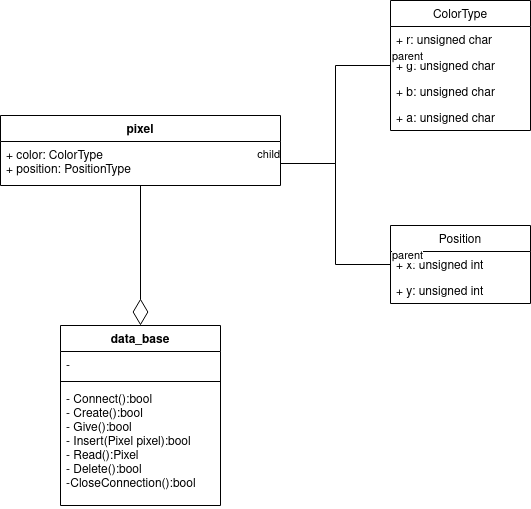
Before: UML/DataBaseUML.drawio.png, a diagram exported from draw.io (sonichka-s/Life-On-Canvas). Source tidied: cells renumbered, new cells last; positions are measured from the earlier drawing's top-left corner, leaving out a move shared by most shapes.
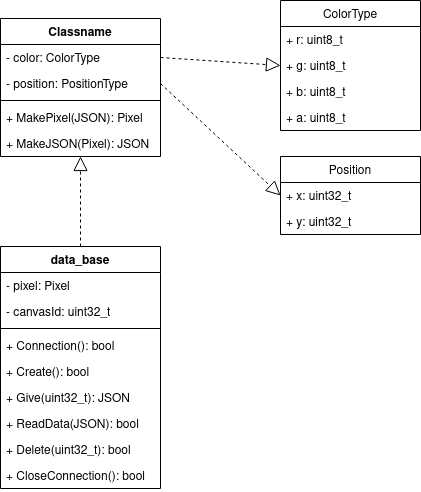
Above is the later version.

The edit, as a diff of the source:
```diff
@@ -1,69 +1,87 @@
-<mxGraphModel background="#FFFFFF">
+<mxGraphModel background="#ffffff">
   <root>
     <mxCell id="0" />
     <mxCell id="1" parent="0" />
     <mxCell id="2" value="data_base" style="swimlane;fontStyle=1;align=center;verticalAlign=top;horizontal=1;startSize=26;labelBackgroundColor=default;" parent="1" vertex="1">
-      <mxGeometry x="60" y="325" width="160" height="180" as="geometry" />
+      <mxGeometry x="100" y="210" width="160" height="242" as="geometry" />
     </mxCell>
-    <mxCell id="3" value="- " style="text;strokeColor=none;fillColor=none;align=left;verticalAlign=top;spacingLeft=4;spacingRight=4;overflow=hidden;labelBackgroundColor=default;" parent="2" vertex="1">
+    <mxCell id="3" value="- pixel: Pixel" style="text;strokeColor=none;fillColor=none;align=left;verticalAlign=top;spacingLeft=4;spacingRight=4;overflow=hidden;labelBackgroundColor=default;" parent="2" vertex="1">
       <mxGeometry y="26" width="160" height="26" as="geometry" />
     </mxCell>
+    <mxCell id="23" value="- canvasId: uint32_t" style="text;strokeColor=none;fillColor=none;align=left;verticalAlign=top;spacingLeft=4;spacingRight=4;overflow=hidden;labelBackgroundColor=default;" parent="2" vertex="1">
+      <mxGeometry y="52" width="160" height="26" as="geometry" />
+    </mxCell>
     <mxCell id="4" style="line;strokeWidth=1;fillColor=none;align=left;verticalAlign=middle;spacingTop=-1;spacingLeft=3;spacingRight=3;labelPosition=right;labelBackgroundColor=default;" parent="2" vertex="1">
-      <mxGeometry y="52" width="160" height="8" as="geometry" />
+      <mxGeometry y="78" width="160" height="8" as="geometry" />
     </mxCell>
-    <mxCell id="5" value="- Connect():bool&#10;- Create():bool&#10;- Give():bool&#10;- Insert(Pixel pixel):bool&#10;- Read():Pixel&#10;- Delete():bool&#10;-CloseConnection():bool&#10;" style="text;strokeColor=none;fillColor=none;align=left;verticalAlign=top;spacingLeft=4;spacingRight=4;overflow=hidden;labelBackgroundColor=default;" parent="2" vertex="1">
-      <mxGeometry y="60" width="160" height="120" as="geometry" />
-    </mxCell>
-    <mxCell id="6" value="pixel" style="swimlane;fontStyle=1;align=center;verticalAlign=top;horizontal=1;startSize=26;labelBackgroundColor=default;" parent="1" vertex="1">
-      <mxGeometry y="115" width="280" height="70" as="geometry" />
-    </mxCell>
-    <mxCell id="7" value="+ color: ColorType&#10;+ position: PositionType" style="text;strokeColor=none;fillColor=none;align=left;verticalAlign=top;spacingLeft=4;spacingRight=4;overflow=hidden;points=[[0,0.5],[1,0.5]];portConstraint=eastwest;labelBackgroundColor=default;" parent="6" vertex="1">
-      <mxGeometry y="26" width="280" height="44" as="geometry" />
-    </mxCell>
+    <mxCell id="24" value="+ Connection(): bool" style="text;strokeColor=none;fillColor=none;align=left;verticalAlign=top;spacingLeft=4;spacingRight=4;overflow=hidden;labelBackgroundColor=default;" parent="2" vertex="1">
+      <mxGeometry y="86" width="160" height="26" as="geometry" />
+    </mxCell>
+    <mxCell id="25" value="+ Create(): bool" style="text;strokeColor=none;fillColor=none;align=left;verticalAlign=top;spacingLeft=4;spacingRight=4;overflow=hidden;labelBackgroundColor=default;" parent="2" vertex="1">
+      <mxGeometry y="112" width="160" height="26" as="geometry" />
+    </mxCell>
+    <mxCell id="26" value="+ Give(uint32_t): JSON" style="text;strokeColor=none;fillColor=none;align=left;verticalAlign=top;spacingLeft=4;spacingRight=4;overflow=hidden;labelBackgroundColor=default;" parent="2" vertex="1">
+      <mxGeometry y="138" width="160" height="26" as="geometry" />
+    </mxCell>
+    <mxCell id="27" value="+ ReadData(JSON): bool" style="text;strokeColor=none;fillColor=none;align=left;verticalAlign=top;spacingLeft=4;spacingRight=4;overflow=hidden;labelBackgroundColor=default;" parent="2" vertex="1">
+      <mxGeometry y="164" width="160" height="26" as="geometry" />
+    </mxCell>
+    <mxCell id="28" value="+ Delete(uint32_t): bool" style="text;strokeColor=none;fillColor=none;align=left;verticalAlign=top;spacingLeft=4;spacingRight=4;overflow=hidden;labelBackgroundColor=default;" parent="2" vertex="1">
+      <mxGeometry y="190" width="160" height="26" as="geometry" />
+    </mxCell>
+    <mxCell id="29" value="+ CloseConnection(): bool" style="text;strokeColor=none;fillColor=none;align=left;verticalAlign=top;spacingLeft=4;spacingRight=4;overflow=hidden;labelBackgroundColor=default;" parent="2" vertex="1">
+      <mxGeometry y="216" width="160" height="26" as="geometry" />
+    </mxCell>
     <mxCell id="8" value="ColorType" style="swimlane;fontStyle=0;horizontal=1;startSize=26;fillColor=none;labelBackgroundColor=default;" parent="1" vertex="1">
-      <mxGeometry x="390" width="140" height="130" as="geometry" />
+      <mxGeometry x="380" y="-36" width="140" height="130" as="geometry" />
     </mxCell>
-    <mxCell id="9" value="+ r: unsigned char" style="text;strokeColor=none;fillColor=none;align=left;verticalAlign=top;spacingLeft=4;spacingRight=4;overflow=hidden;labelBackgroundColor=default;" parent="8" vertex="1">
+    <mxCell id="9" value="+ r: uint8_t" style="text;strokeColor=none;fillColor=none;align=left;verticalAlign=top;spacingLeft=4;spacingRight=4;overflow=hidden;labelBackgroundColor=default;" parent="8" vertex="1">
       <mxGeometry y="26" width="140" height="26" as="geometry" />
     </mxCell>
-    <mxCell id="10" value="+ g: unsigned char" style="text;strokeColor=none;fillColor=none;align=left;verticalAlign=top;spacingLeft=4;spacingRight=4;overflow=hidden;points=[[0,0.5],[1,0.5]];portConstraint=eastwest;labelBackgroundColor=default;" parent="8" vertex="1">
+    <mxCell id="10" value="+ g: uint8_t" style="text;strokeColor=none;fillColor=none;align=left;verticalAlign=top;spacingLeft=4;spacingRight=4;overflow=hidden;points=[[0,0.5],[1,0.5]];portConstraint=eastwest;labelBackgroundColor=default;" parent="8" vertex="1">
       <mxGeometry y="52" width="140" height="26" as="geometry" />
     </mxCell>
-    <mxCell id="11" value="+ b: unsigned char" style="text;strokeColor=none;fillColor=none;align=left;verticalAlign=top;spacingLeft=4;spacingRight=4;overflow=hidden;labelBackgroundColor=default;" parent="8" vertex="1">
+    <mxCell id="11" value="+ b: uint8_t" style="text;strokeColor=none;fillColor=none;align=left;verticalAlign=top;spacingLeft=4;spacingRight=4;overflow=hidden;labelBackgroundColor=default;" parent="8" vertex="1">
       <mxGeometry y="78" width="140" height="26" as="geometry" />
     </mxCell>
-    <mxCell id="12" value="+ a: unsigned char" style="text;strokeColor=none;fillColor=none;align=left;verticalAlign=top;spacingLeft=4;spacingRight=4;overflow=hidden;labelBackgroundColor=default;" parent="8" vertex="1">
+    <mxCell id="12" value="+ a: uint8_t" style="text;strokeColor=none;fillColor=none;align=left;verticalAlign=top;spacingLeft=4;spacingRight=4;overflow=hidden;labelBackgroundColor=default;" parent="8" vertex="1">
       <mxGeometry y="104" width="140" height="26" as="geometry" />
     </mxCell>
     <mxCell id="13" value="Position" style="swimlane;fontStyle=0;horizontal=1;startSize=26;fillColor=none;labelBackgroundColor=default;" parent="1" vertex="1">
-      <mxGeometry x="390" y="225" width="140" height="78" as="geometry" />
+      <mxGeometry x="380" y="120" width="140" height="78" as="geometry" />
     </mxCell>
-    <mxCell id="14" value="+ x: unsigned int" style="text;strokeColor=none;fillColor=none;align=left;verticalAlign=top;spacingLeft=4;spacingRight=4;overflow=hidden;points=[[0,0.5],[1,0.5]];portConstraint=eastwest;labelBackgroundColor=default;" parent="13" vertex="1">
+    <mxCell id="14" value="+ x: uint32_t" style="text;strokeColor=none;fillColor=none;align=left;verticalAlign=top;spacingLeft=4;spacingRight=4;overflow=hidden;points=[[0,0.5],[1,0.5]];portConstraint=eastwest;labelBackgroundColor=default;" parent="13" vertex="1">
       <mxGeometry y="26" width="140" height="26" as="geometry" />
     </mxCell>
-    <mxCell id="15" value="+ y: unsigned int" style="text;strokeColor=none;fillColor=none;align=left;verticalAlign=top;spacingLeft=4;spacingRight=4;overflow=hidden;labelBackgroundColor=default;" parent="13" vertex="1">
+    <mxCell id="15" value="+ y: uint32_t" style="text;strokeColor=none;fillColor=none;align=left;verticalAlign=top;spacingLeft=4;spacingRight=4;overflow=hidden;labelBackgroundColor=default;" parent="13" vertex="1">
       <mxGeometry y="52" width="140" height="26" as="geometry" />
     </mxCell>
-    <mxCell id="16" style="endArrow=diamondThin;endFill=0;endSize=24;html=1;rounded=0;entryX=0.5;entryY=0;entryDx=0;entryDy=0;exitX=0.5;exitY=1;exitDx=0;exitDy=0;labelBackgroundColor=default;" parent="1" edge="1" source="6" target="2">
-      <mxGeometry relative="1" as="geometry" />
-    </mxCell>
-    <mxCell id="17" style="endArrow=none;html=1;edgeStyle=orthogonalEdgeStyle;rounded=0;entryX=1;entryY=0.5;entryDx=0;entryDy=0;exitX=0;exitY=0.5;exitDx=0;exitDy=0;labelBackgroundColor=default;" parent="1" edge="1" source="14" target="7">
-      <mxGeometry relative="1" as="geometry" />
-    </mxCell>
-    <mxCell id="18" value="parent" style="edgeLabel;html=1;align=left;verticalAlign=bottom;labelBackgroundColor=default;" parent="17" vertex="1">
-      <mxGeometry x="-1" relative="1" as="geometry" />
-    </mxCell>
-    <mxCell id="19" value="child" style="edgeLabel;html=1;align=right;verticalAlign=bottom;labelBackgroundColor=default;" parent="17" vertex="1">
-      <mxGeometry x="1" relative="1" as="geometry" />
-    </mxCell>
-    <mxCell id="20" style="endArrow=none;html=1;edgeStyle=orthogonalEdgeStyle;rounded=0;exitX=0;exitY=0.5;exitDx=0;exitDy=0;entryX=1;entryY=0.5;entryDx=0;entryDy=0;labelBackgroundColor=default;" parent="1" edge="1" source="10" target="7">
-      <mxGeometry relative="1" as="geometry" />
-    </mxCell>
-    <mxCell id="21" value="parent" style="edgeLabel;html=1;align=left;verticalAlign=bottom;labelBackgroundColor=default;" parent="20" vertex="1">
-      <mxGeometry x="-1" relative="1" as="geometry" />
-    </mxCell>
-    <mxCell id="22" value="child" style="edgeLabel;html=1;align=right;verticalAlign=bottom;labelBackgroundColor=default;" parent="20" vertex="1">
-      <mxGeometry x="1" relative="1" as="geometry" />
-    </mxCell>
+    <mxCell id="30" value="Classname" style="swimlane;fontStyle=1;align=center;verticalAlign=top;horizontal=1;startSize=26;labelBackgroundColor=default;" parent="1" vertex="1">
+      <mxGeometry x="100" y="-18" width="160" height="138" as="geometry" />
+    </mxCell>
+    <mxCell id="31" value="- color: ColorType" style="text;strokeColor=none;fillColor=none;align=left;verticalAlign=top;spacingLeft=4;spacingRight=4;overflow=hidden;points=[[0,0.5],[1,0.5]];portConstraint=eastwest;labelBackgroundColor=default;" parent="30" vertex="1">
+      <mxGeometry y="26" width="160" height="26" as="geometry" />
+    </mxCell>
+    <mxCell id="32" value="- position: PositionType" style="text;strokeColor=none;fillColor=none;align=left;verticalAlign=top;spacingLeft=4;spacingRight=4;overflow=hidden;points=[[0,0.5],[1,0.5]];portConstraint=eastwest;labelBackgroundColor=default;" parent="30" vertex="1">
+      <mxGeometry y="52" width="160" height="26" as="geometry" />
+    </mxCell>
+    <mxCell id="33" style="line;strokeWidth=1;fillColor=none;align=left;verticalAlign=middle;spacingTop=-1;spacingLeft=3;spacingRight=3;labelPosition=right;labelBackgroundColor=default;" parent="30" vertex="1">
+      <mxGeometry y="78" width="160" height="8" as="geometry" />
+    </mxCell>
+    <mxCell id="34" value="+ MakePixel(JSON): Pixel" style="text;strokeColor=none;fillColor=none;align=left;verticalAlign=top;spacingLeft=4;spacingRight=4;overflow=hidden;labelBackgroundColor=default;" parent="30" vertex="1">
+      <mxGeometry y="86" width="160" height="26" as="geometry" />
+    </mxCell>
+    <mxCell id="35" value="+ MakeJSON(Pixel): JSON" style="text;strokeColor=none;fillColor=none;align=left;verticalAlign=top;spacingLeft=4;spacingRight=4;overflow=hidden;labelBackgroundColor=default;" parent="30" vertex="1">
+      <mxGeometry y="112" width="160" height="26" as="geometry" />
+    </mxCell>
+    <mxCell id="36" style="endArrow=block;dashed=1;endFill=0;endSize=12;html=1;rounded=0;exitX=1;exitY=0.5;exitDx=0;exitDy=0;entryX=0;entryY=0.5;entryDx=0;entryDy=0;labelBackgroundColor=default;" parent="1" edge="1" source="31" target="10">
+      <mxGeometry relative="1" as="geometry" />
+    </mxCell>
+    <mxCell id="37" style="endArrow=block;dashed=1;endFill=0;endSize=12;html=1;rounded=0;exitX=1;exitY=0.5;exitDx=0;exitDy=0;entryX=0;entryY=0.5;entryDx=0;entryDy=0;labelBackgroundColor=default;" parent="1" edge="1" source="32" target="14">
+      <mxGeometry relative="1" as="geometry" />
+    </mxCell>
+    <mxCell id="38" style="endArrow=block;dashed=1;endFill=0;endSize=12;html=1;rounded=0;exitX=0.5;exitY=0;exitDx=0;exitDy=0;entryX=0.5;entryY=1;entryDx=0;entryDy=0;labelBackgroundColor=default;" parent="1" edge="1" source="2" target="30">
+      <mxGeometry relative="1" as="geometry" />
+    </mxCell>
   </root>
 </mxGraphModel>
```
